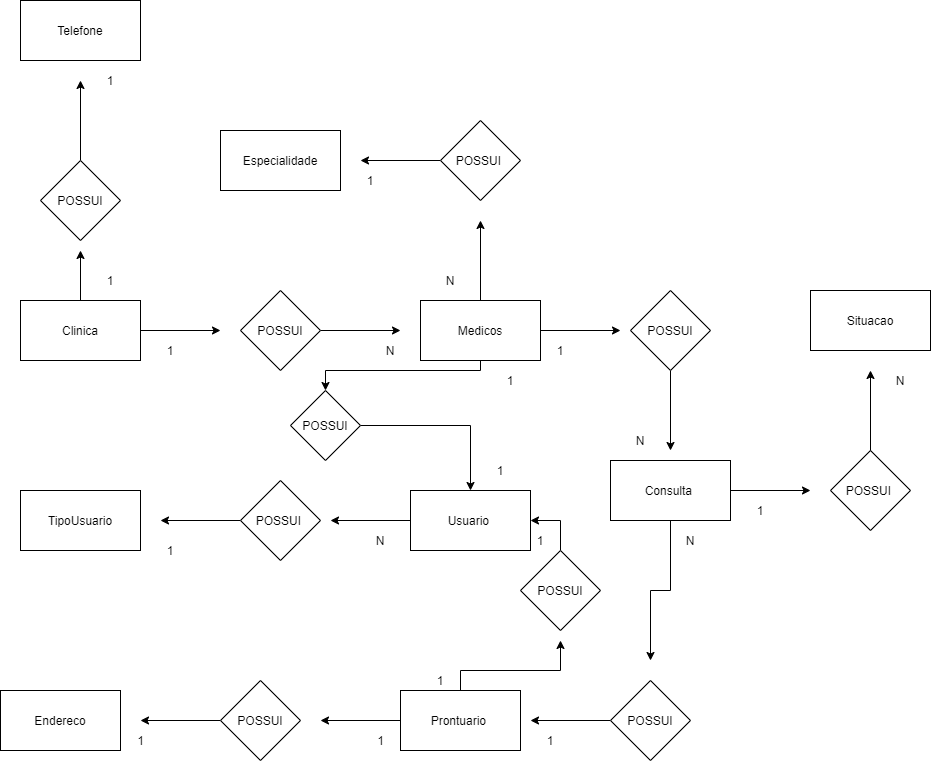
This is 2Semestre/senai_spmedgroup_sprint1_bd_manha_GabrielaPossari/Modelagem/ModeloLogico.png from Gabrielapossari/2semestre, a draw.io export, as it was before one commit. Source tidied: cells renumbered, new cells last; positions are measured from the earlier drawing's top-left corner, leaving out a move shared by most shapes.
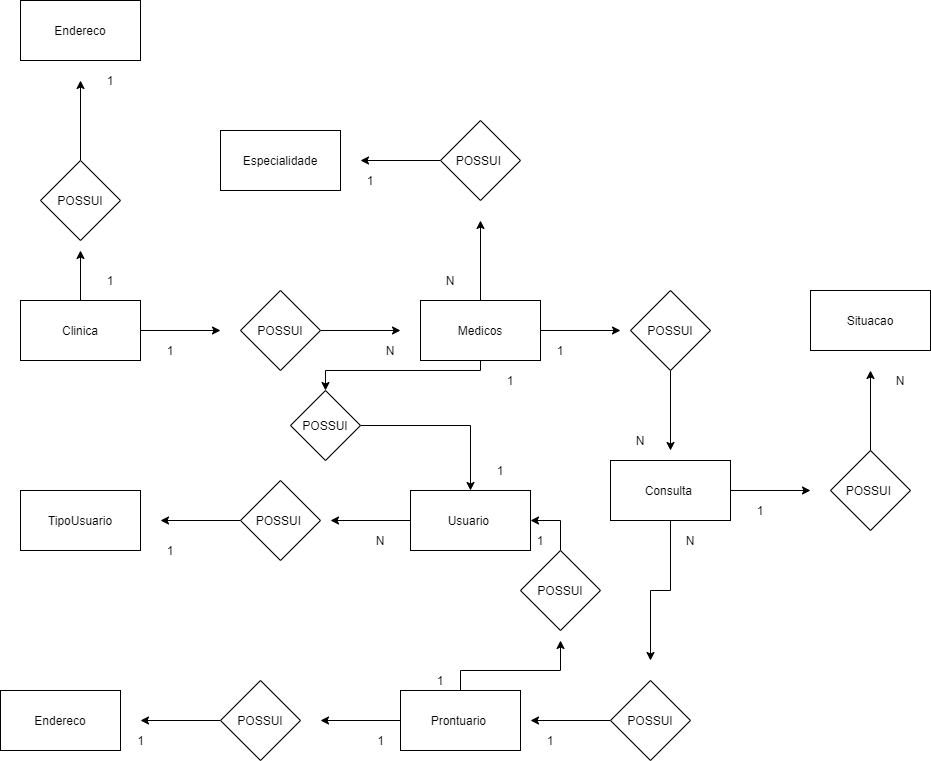
Above is the later version.

What changed in the source:
```diff
@@ -193,7 +193,7 @@
     <mxCell id="51" value="POSSUI" style="rhombus;whiteSpace=wrap;html=1;" parent="1" vertex="1">
       <mxGeometry x="40" y="160" width="80" height="80" as="geometry" />
     </mxCell>
-    <mxCell id="52" value="Telefone" style="rounded=0;whiteSpace=wrap;html=1;" parent="1" vertex="1">
+    <mxCell id="52" value="Endereco" style="rounded=0;whiteSpace=wrap;html=1;" parent="1" vertex="1">
       <mxGeometry x="20" width="120" height="60" as="geometry" />
     </mxCell>
     <mxCell id="53" style="edgeStyle=orthogonalEdgeStyle;rounded=0;jettySize=auto;html=1;entryX=1;entryY=0.5;entryDx=0;entryDy=0;" parent="1" edge="1" source="54" target="22">
```
